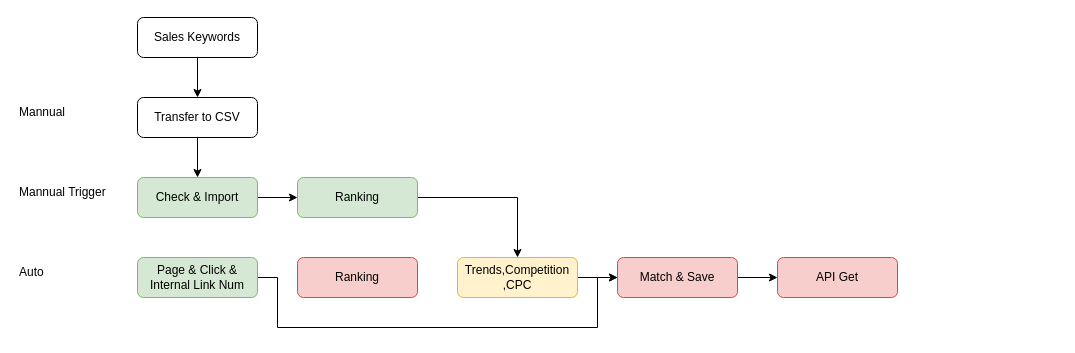
The draw.io diagram drawio/sales_keyword_tech.drawio in VisableHarry/seo-drawio, before the edit. Source tidied: cells renumbered, new cells numbered last; positions are measured from the earlier drawing's top-left corner, leaving out a move shared by most shapes. Both pictures are drawn from the tidied source at 100%, with x=0, y=0 at pixel (17, 17).
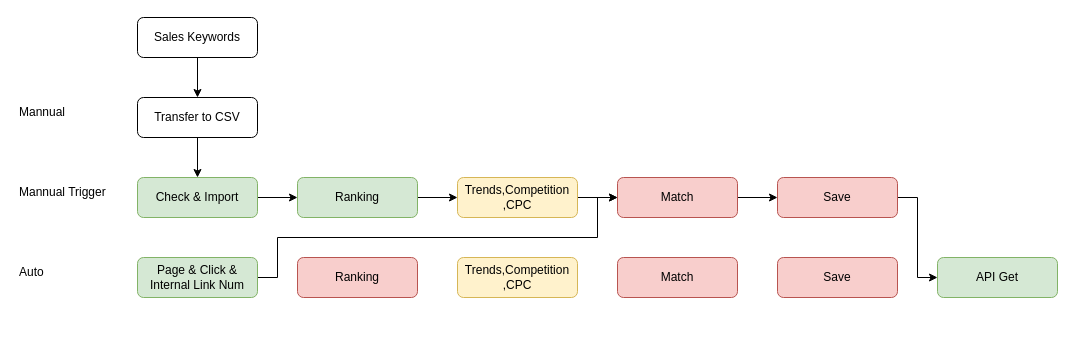
After the change.

The change refers to these unchanged cells:
```xml
<mxCell id="11" value="Page &amp;amp; Click &amp;amp; Internal Link Num" style="rounded=1;whiteSpace=wrap;html=1;fillColor=#d5e8d4;strokeColor=#82b366;" parent="1" vertex="1">
  <mxGeometry x="120" y="240" width="120" height="40" as="geometry" />
</mxCell>
<mxCell id="14" value="Ranking" style="rounded=1;whiteSpace=wrap;html=1;fillColor=#d5e8d4;strokeColor=#82b366;" parent="1" vertex="1">
  <mxGeometry x="280" y="160" width="120" height="40" as="geometry" />
</mxCell>
```

Change to the diagram source:
```diff
@@
-    <mxCell id="10" style="edgeStyle=orthogonalEdgeStyle;rounded=0;jettySize=auto;html=1;exitX=1;exitY=0.5;exitDx=0;exitDy=0;entryX=0;entryY=0.5;entryDx=0;entryDy=0;" parent="1" edge="1" source="11" target="18">
+    <mxCell id="10" style="edgeStyle=orthogonalEdgeStyle;rounded=0;jettySize=auto;html=1;exitX=1;exitY=0.5;exitDx=0;exitDy=0;entryX=0;entryY=0.5;entryDx=0;entryDy=0;" parent="1" edge="1" source="11" target="26">
       <mxGeometry relative="1" as="geometry">
         <Array as="points">
           <mxPoint x="260" y="260" />
-          <mxPoint x="260" y="310" />
-          <mxPoint x="580" y="310" />
-          <mxPoint x="580" y="260" />
+          <mxPoint x="260" y="220" />
+          <mxPoint x="580" y="220" />
+          <mxPoint x="580" y="180" />
         </Array>
       </mxGeometry>
     </mxCell>
@@
-    <mxCell id="13" style="edgeStyle=orthogonalEdgeStyle;rounded=0;jettySize=auto;html=1;exitX=1;exitY=0.5;exitDx=0;exitDy=0;entryX=0.5;entryY=0;entryDx=0;entryDy=0;" parent="1" edge="1" source="14" target="16">
+    <mxCell id="13" style="edgeStyle=orthogonalEdgeStyle;rounded=0;jettySize=auto;html=1;exitX=1;exitY=0.5;exitDx=0;exitDy=0;entryX=0;entryY=0.5;entryDx=0;entryDy=0;" parent="1" edge="1" source="14" target="16">
       <mxGeometry relative="1" as="geometry" />
     </mxCell>
@@
-    <mxCell id="15" style="edgeStyle=orthogonalEdgeStyle;rounded=0;jettySize=auto;html=1;exitX=1;exitY=0.5;exitDx=0;exitDy=0;entryX=0;entryY=0.5;entryDx=0;entryDy=0;" parent="1" edge="1" source="16" target="18">
+    <mxCell id="15" style="edgeStyle=orthogonalEdgeStyle;rounded=0;jettySize=auto;html=1;exitX=1;exitY=0.5;exitDx=0;exitDy=0;entryX=0;entryY=0.5;entryDx=0;entryDy=0;" parent="1" edge="1" source="16" target="26">
       <mxGeometry relative="1" as="geometry" />
     </mxCell>
     <mxCell id="16" value="Trends,Competition&lt;div&gt;,CPC&lt;/div&gt;" style="rounded=1;whiteSpace=wrap;html=1;fillColor=#fff2cc;strokeColor=#d6b656;" parent="1" vertex="1">
-      <mxGeometry x="440" y="240" width="120" height="40" as="geometry" />
+      <mxGeometry x="440" y="160" width="120" height="40" as="geometry" />
     </mxCell>
-    <mxCell id="17" style="edgeStyle=orthogonalEdgeStyle;rounded=0;jettySize=auto;html=1;exitX=1;exitY=0.5;exitDx=0;exitDy=0;entryX=0;entryY=0.5;entryDx=0;entryDy=0;" parent="1" edge="1" source="18" target="19">
-      <mxGeometry relative="1" as="geometry" />
-    </mxCell>
-    <mxCell id="18" value="Match &amp;amp; Save" style="rounded=1;whiteSpace=wrap;html=1;fillColor=#f8cecc;strokeColor=#b85450;" parent="1" vertex="1">
+    <mxCell id="18" value="Match" style="rounded=1;whiteSpace=wrap;html=1;fillColor=#f8cecc;strokeColor=#b85450;" parent="1" vertex="1">
       <mxGeometry x="600" y="240" width="120" height="40" as="geometry" />
     </mxCell>
-    <mxCell id="19" value="API Get" style="rounded=1;whiteSpace=wrap;html=1;fillColor=#f8cecc;strokeColor=#b85450;" parent="1" vertex="1">
-      <mxGeometry x="760" y="240" width="120" height="40" as="geometry" />
+    <mxCell id="19" value="API Get" style="rounded=1;whiteSpace=wrap;html=1;fillColor=#d5e8d4;strokeColor=#82b366;" parent="1" vertex="1">
+      <mxGeometry x="920" y="240" width="120" height="40" as="geometry" />
     </mxCell>
@@
+    <mxCell id="21" style="edgeStyle=orthogonalEdgeStyle;rounded=0;jettySize=auto;html=1;exitX=1;exitY=0.5;exitDx=0;exitDy=0;entryX=0;entryY=0.5;entryDx=0;entryDy=0;" parent="1" edge="1" source="22" target="19">
+      <mxGeometry relative="1" as="geometry" />
+    </mxCell>
+    <mxCell id="22" value="Save" style="rounded=1;whiteSpace=wrap;html=1;fillColor=#f8cecc;strokeColor=#b85450;" parent="1" vertex="1">
+      <mxGeometry x="760" y="160" width="120" height="40" as="geometry" />
+    </mxCell>
+    <mxCell id="23" value="Trends,Competition&lt;div&gt;,CPC&lt;/div&gt;" style="rounded=1;whiteSpace=wrap;html=1;fillColor=#fff2cc;strokeColor=#d6b656;" parent="1" vertex="1">
+      <mxGeometry x="440" y="240" width="120" height="40" as="geometry" />
+    </mxCell>
+    <mxCell id="24" value="Save" style="rounded=1;whiteSpace=wrap;html=1;fillColor=#f8cecc;strokeColor=#b85450;" parent="1" vertex="1">
+      <mxGeometry x="760" y="240" width="120" height="40" as="geometry" />
+    </mxCell>
+    <mxCell id="25" style="edgeStyle=orthogonalEdgeStyle;rounded=0;jettySize=auto;html=1;exitX=1;exitY=0.5;exitDx=0;exitDy=0;entryX=0;entryY=0.5;entryDx=0;entryDy=0;" parent="1" edge="1" source="26" target="22">
+      <mxGeometry relative="1" as="geometry" />
+    </mxCell>
+    <mxCell id="26" value="Match" style="rounded=1;whiteSpace=wrap;html=1;fillColor=#f8cecc;strokeColor=#b85450;" parent="1" vertex="1">
+      <mxGeometry x="600" y="160" width="120" height="40" as="geometry" />
+    </mxCell>
```
